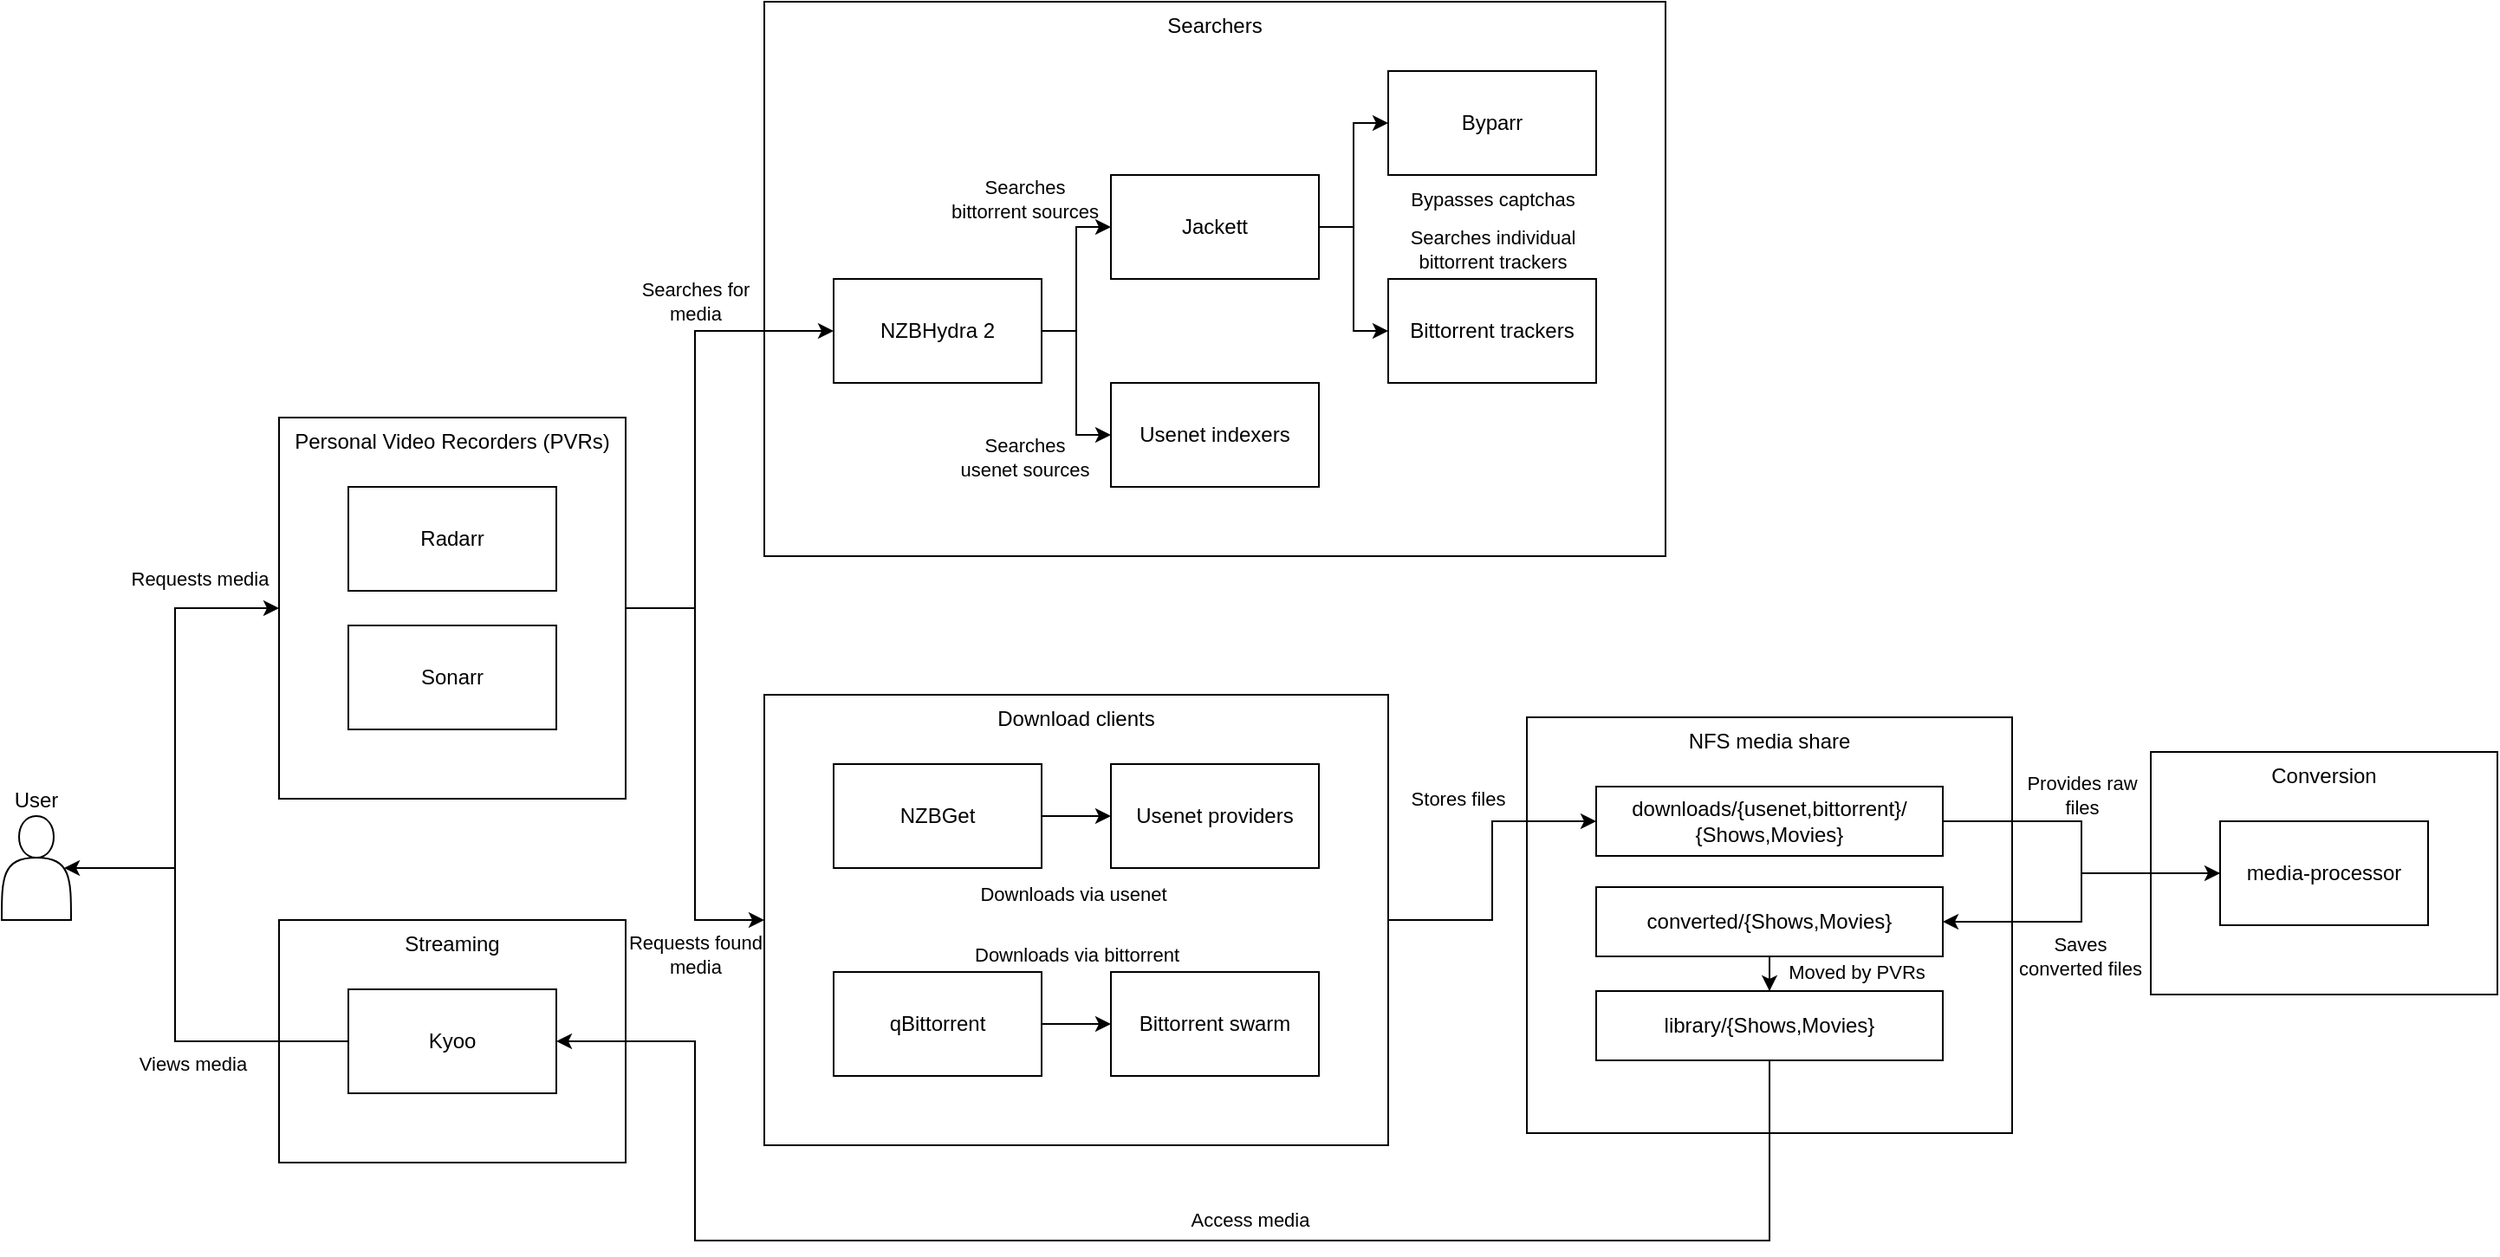
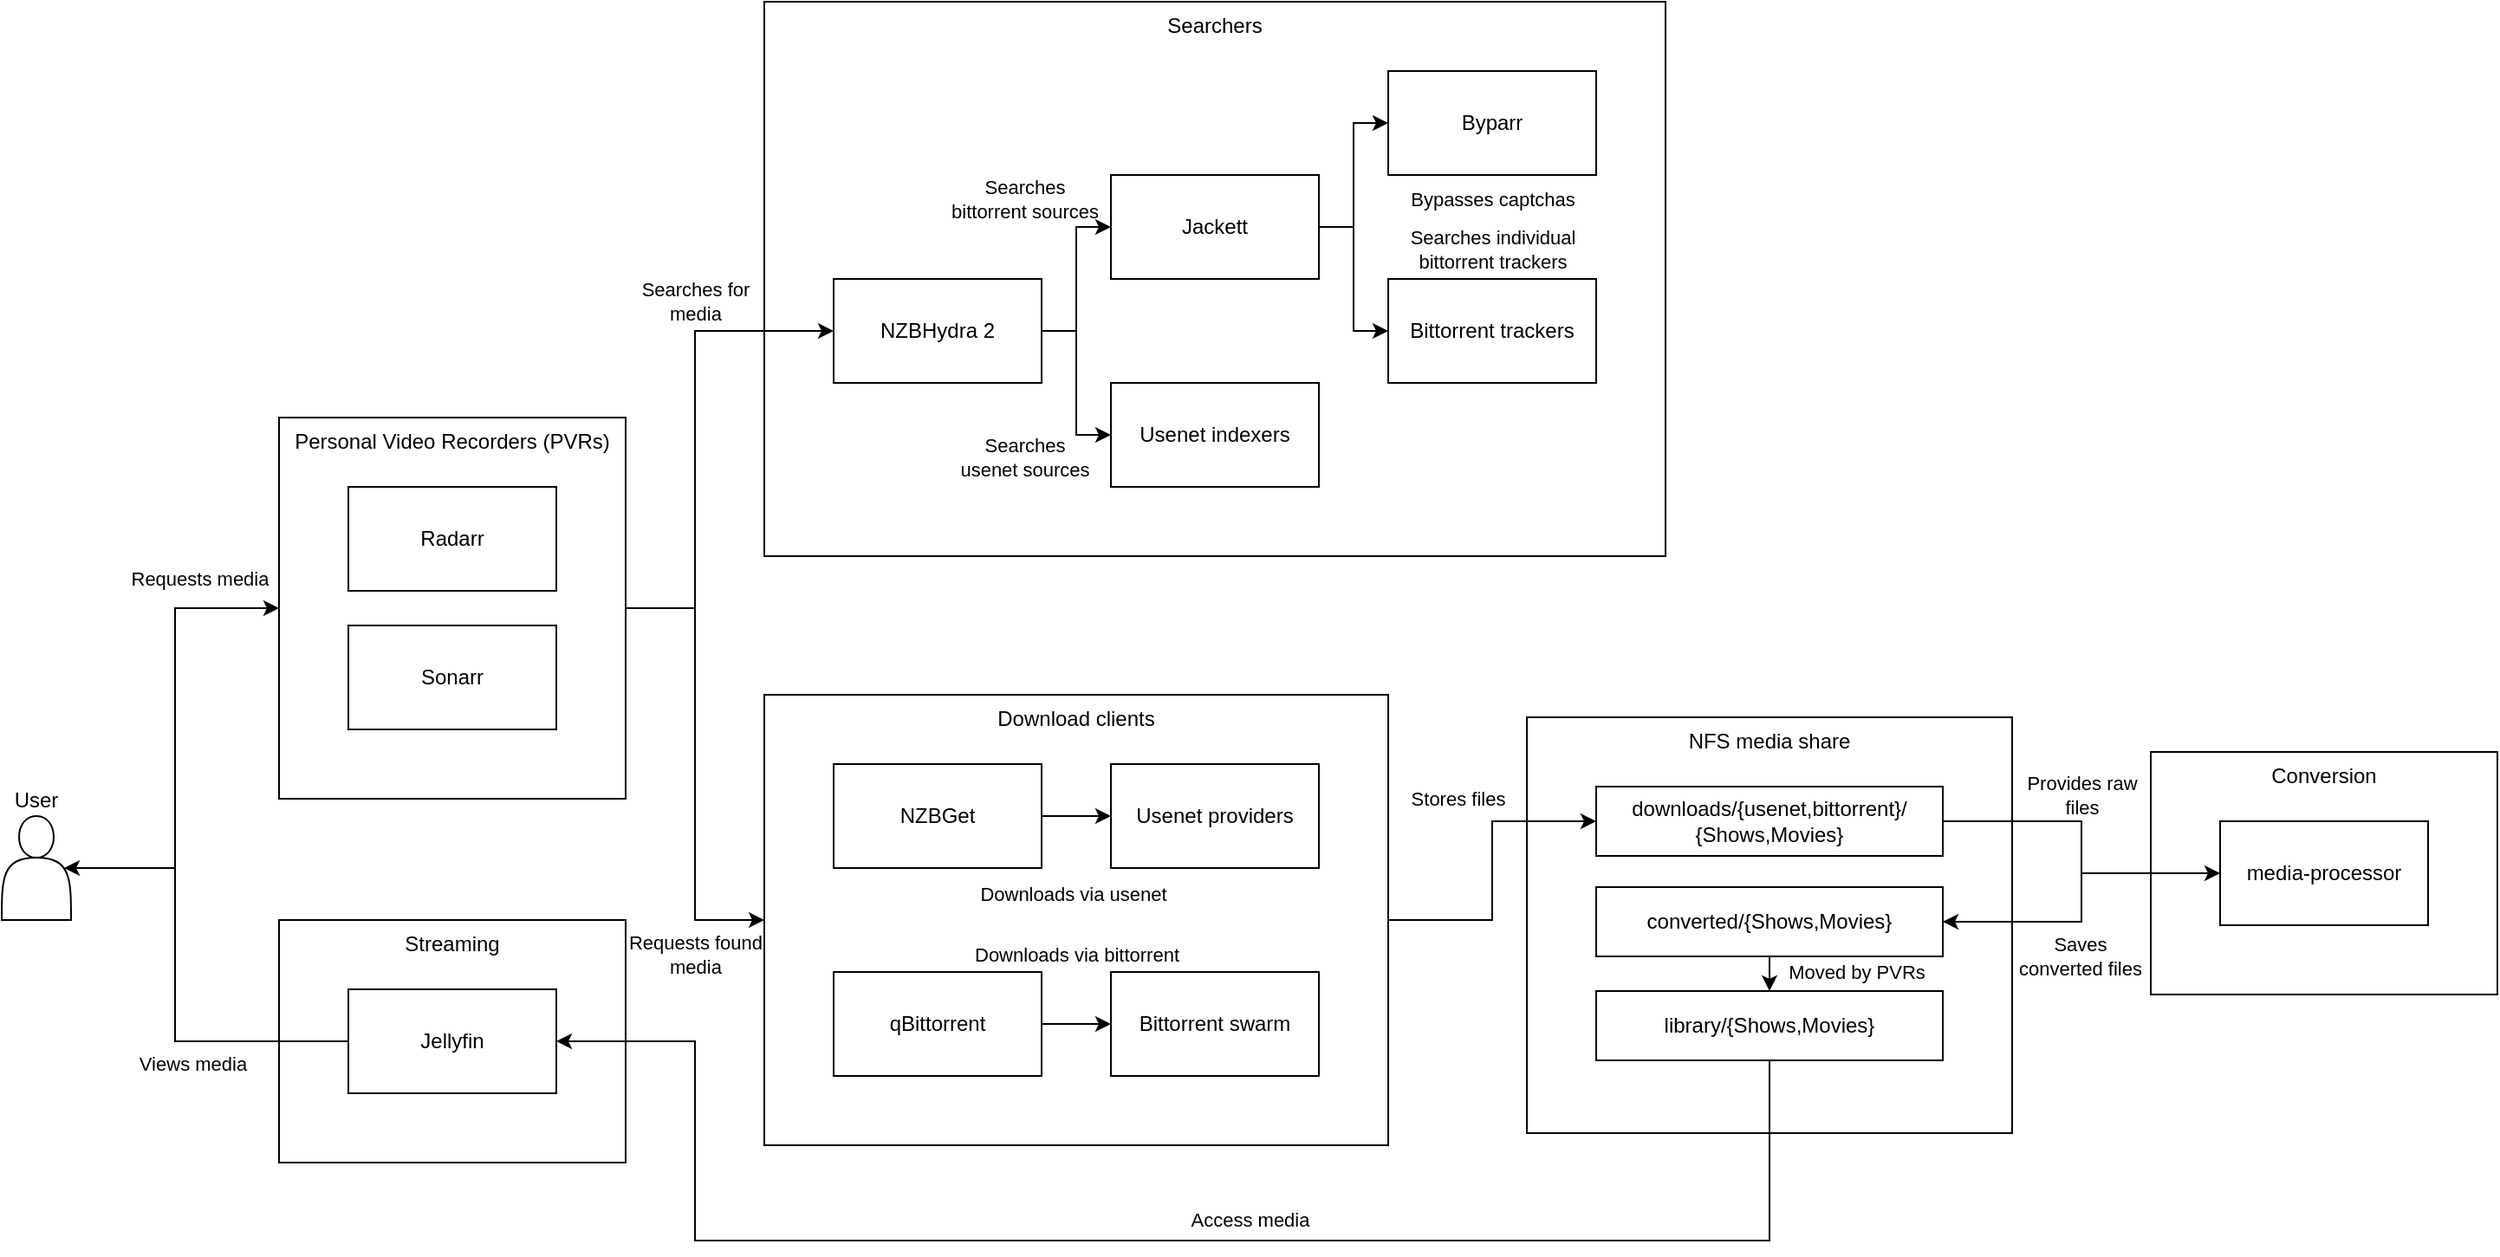
<mxfile host="65bd71144e">
    <diagram name="Page-1" id="EWfsynt5u26HaWkAX_E6">
        <mxGraphModel dx="1726" dy="1566" grid="1" gridSize="10" guides="1" tooltips="1" connect="1" arrows="1" fold="1" page="1" pageScale="1" pageWidth="850" pageHeight="1100" math="0" shadow="0">
            <root>
                <mxCell id="0"/>
                <mxCell id="1" parent="0"/>
                <mxCell id="z-kSLE8TpKN3BLT9GZ2z-6" style="edgeStyle=orthogonalEdgeStyle;rounded=0;orthogonalLoop=1;jettySize=auto;html=1;entryX=0;entryY=0.5;entryDx=0;entryDy=0;labelBackgroundColor=none;" parent="1" source="z-kSLE8TpKN3BLT9GZ2z-1" target="z-kSLE8TpKN3BLT9GZ2z-2" edge="1">
                    <mxGeometry relative="1" as="geometry"/>
                </mxCell>
                <mxCell id="z-kSLE8TpKN3BLT9GZ2z-54" value="Requests media" style="edgeLabel;html=1;align=center;verticalAlign=middle;resizable=0;points=[];labelBackgroundColor=none;" parent="z-kSLE8TpKN3BLT9GZ2z-6" vertex="1" connectable="0">
                    <mxGeometry x="0.6568" y="2" relative="1" as="geometry">
                        <mxPoint y="-15" as="offset"/>
                    </mxGeometry>
                </mxCell>
                <mxCell id="z-kSLE8TpKN3BLT9GZ2z-1" value="User" style="shape=actor;whiteSpace=wrap;html=1;verticalAlign=bottom;labelPosition=center;verticalLabelPosition=top;align=center;labelBackgroundColor=none;fillColor=none;" parent="1" vertex="1">
                    <mxGeometry x="130" y="-438" width="40" height="60" as="geometry"/>
                </mxCell>
                <mxCell id="z-kSLE8TpKN3BLT9GZ2z-19" value="" style="group;labelBackgroundColor=none;" parent="1" vertex="1" connectable="0">
                    <mxGeometry x="570" y="-908" width="520" height="320" as="geometry"/>
                </mxCell>
                <mxCell id="z-kSLE8TpKN3BLT9GZ2z-3" value="Searchers" style="rounded=0;whiteSpace=wrap;html=1;verticalAlign=top;fillColor=none;labelBackgroundColor=none;" parent="z-kSLE8TpKN3BLT9GZ2z-19" vertex="1">
                    <mxGeometry width="520" height="320" as="geometry"/>
                </mxCell>
                <mxCell id="z-kSLE8TpKN3BLT9GZ2z-15" style="edgeStyle=orthogonalEdgeStyle;rounded=0;orthogonalLoop=1;jettySize=auto;html=1;entryX=0;entryY=0.5;entryDx=0;entryDy=0;labelBackgroundColor=none;" parent="z-kSLE8TpKN3BLT9GZ2z-19" source="z-kSLE8TpKN3BLT9GZ2z-10" target="z-kSLE8TpKN3BLT9GZ2z-11" edge="1">
                    <mxGeometry relative="1" as="geometry"/>
                </mxCell>
                <mxCell id="z-kSLE8TpKN3BLT9GZ2z-58" value="Searches &lt;br&gt;bittorrent sources" style="edgeLabel;html=1;align=center;verticalAlign=middle;resizable=0;points=[];labelBackgroundColor=none;" parent="z-kSLE8TpKN3BLT9GZ2z-15" vertex="1" connectable="0">
                    <mxGeometry x="0.0301" y="-1" relative="1" as="geometry">
                        <mxPoint x="-31" y="-45" as="offset"/>
                    </mxGeometry>
                </mxCell>
                <mxCell id="z-kSLE8TpKN3BLT9GZ2z-16" style="edgeStyle=orthogonalEdgeStyle;rounded=0;orthogonalLoop=1;jettySize=auto;html=1;entryX=0;entryY=0.5;entryDx=0;entryDy=0;labelBackgroundColor=none;" parent="z-kSLE8TpKN3BLT9GZ2z-19" source="z-kSLE8TpKN3BLT9GZ2z-10" target="z-kSLE8TpKN3BLT9GZ2z-12" edge="1">
                    <mxGeometry relative="1" as="geometry"/>
                </mxCell>
                <mxCell id="z-kSLE8TpKN3BLT9GZ2z-59" value="Searches&lt;br&gt;usenet sources" style="edgeLabel;html=1;align=center;verticalAlign=middle;resizable=0;points=[];labelBackgroundColor=none;" parent="z-kSLE8TpKN3BLT9GZ2z-16" vertex="1" connectable="0">
                    <mxGeometry x="0.3437" y="2" relative="1" as="geometry">
                        <mxPoint x="-32" y="26" as="offset"/>
                    </mxGeometry>
                </mxCell>
                <mxCell id="z-kSLE8TpKN3BLT9GZ2z-10" value="NZBHydra 2" style="rounded=0;whiteSpace=wrap;html=1;labelBackgroundColor=none;fillColor=none;" parent="z-kSLE8TpKN3BLT9GZ2z-19" vertex="1">
                    <mxGeometry x="40" y="160" width="120" height="60" as="geometry"/>
                </mxCell>
                <mxCell id="z-kSLE8TpKN3BLT9GZ2z-17" style="edgeStyle=orthogonalEdgeStyle;rounded=0;orthogonalLoop=1;jettySize=auto;html=1;entryX=0;entryY=0.5;entryDx=0;entryDy=0;labelBackgroundColor=none;" parent="z-kSLE8TpKN3BLT9GZ2z-19" source="z-kSLE8TpKN3BLT9GZ2z-11" target="z-kSLE8TpKN3BLT9GZ2z-14" edge="1">
                    <mxGeometry relative="1" as="geometry"/>
                </mxCell>
                <mxCell id="z-kSLE8TpKN3BLT9GZ2z-61" value="Bypasses captchas" style="edgeLabel;html=1;align=center;verticalAlign=middle;resizable=0;points=[];labelBackgroundColor=none;" parent="z-kSLE8TpKN3BLT9GZ2z-17" vertex="1" connectable="0">
                    <mxGeometry x="0.1129" y="-1" relative="1" as="geometry">
                        <mxPoint x="79" y="19" as="offset"/>
                    </mxGeometry>
                </mxCell>
                <mxCell id="z-kSLE8TpKN3BLT9GZ2z-18" style="edgeStyle=orthogonalEdgeStyle;rounded=0;orthogonalLoop=1;jettySize=auto;html=1;entryX=0;entryY=0.5;entryDx=0;entryDy=0;labelBackgroundColor=none;" parent="z-kSLE8TpKN3BLT9GZ2z-19" source="z-kSLE8TpKN3BLT9GZ2z-11" target="z-kSLE8TpKN3BLT9GZ2z-13" edge="1">
                    <mxGeometry relative="1" as="geometry"/>
                </mxCell>
                <mxCell id="z-kSLE8TpKN3BLT9GZ2z-60" value="Searches individual&lt;br&gt;bittorrent trackers" style="edgeLabel;html=1;align=center;verticalAlign=middle;resizable=0;points=[];labelBackgroundColor=none;" parent="z-kSLE8TpKN3BLT9GZ2z-18" vertex="1" connectable="0">
                    <mxGeometry x="-0.2632" y="-2" relative="1" as="geometry">
                        <mxPoint x="82" y="-4" as="offset"/>
                    </mxGeometry>
                </mxCell>
                <mxCell id="z-kSLE8TpKN3BLT9GZ2z-11" value="Jackett" style="rounded=0;whiteSpace=wrap;html=1;labelBackgroundColor=none;fillColor=none;" parent="z-kSLE8TpKN3BLT9GZ2z-19" vertex="1">
                    <mxGeometry x="200" y="100" width="120" height="60" as="geometry"/>
                </mxCell>
                <mxCell id="z-kSLE8TpKN3BLT9GZ2z-12" value="Usenet indexers" style="rounded=0;whiteSpace=wrap;html=1;labelBackgroundColor=none;fillColor=none;" parent="z-kSLE8TpKN3BLT9GZ2z-19" vertex="1">
                    <mxGeometry x="200" y="220" width="120" height="60" as="geometry"/>
                </mxCell>
                <mxCell id="z-kSLE8TpKN3BLT9GZ2z-13" value="Bittorrent trackers" style="rounded=0;whiteSpace=wrap;html=1;labelBackgroundColor=none;fillColor=none;" parent="z-kSLE8TpKN3BLT9GZ2z-19" vertex="1">
                    <mxGeometry x="360" y="160" width="120" height="60" as="geometry"/>
                </mxCell>
                <mxCell id="z-kSLE8TpKN3BLT9GZ2z-14" value="Byparr" style="rounded=0;whiteSpace=wrap;html=1;labelBackgroundColor=none;fillColor=none;" parent="z-kSLE8TpKN3BLT9GZ2z-19" vertex="1">
                    <mxGeometry x="360" y="40" width="120" height="60" as="geometry"/>
                </mxCell>
                <mxCell id="z-kSLE8TpKN3BLT9GZ2z-27" value="" style="group;labelBackgroundColor=none;" parent="1" vertex="1" connectable="0">
                    <mxGeometry x="570" y="-508" width="360" height="260" as="geometry"/>
                </mxCell>
                <mxCell id="z-kSLE8TpKN3BLT9GZ2z-4" value="Download clients" style="rounded=0;whiteSpace=wrap;html=1;verticalAlign=top;fillColor=none;labelBackgroundColor=none;" parent="z-kSLE8TpKN3BLT9GZ2z-27" vertex="1">
                    <mxGeometry width="360" height="260" as="geometry"/>
                </mxCell>
                <mxCell id="z-kSLE8TpKN3BLT9GZ2z-24" value="" style="edgeStyle=orthogonalEdgeStyle;rounded=0;orthogonalLoop=1;jettySize=auto;html=1;labelBackgroundColor=none;" parent="z-kSLE8TpKN3BLT9GZ2z-27" source="z-kSLE8TpKN3BLT9GZ2z-20" target="z-kSLE8TpKN3BLT9GZ2z-23" edge="1">
                    <mxGeometry relative="1" as="geometry"/>
                </mxCell>
                <mxCell id="z-kSLE8TpKN3BLT9GZ2z-62" value="Downloads via usenet" style="edgeLabel;html=1;align=center;verticalAlign=middle;resizable=0;points=[];labelBackgroundColor=none;" parent="z-kSLE8TpKN3BLT9GZ2z-24" vertex="1" connectable="0">
                    <mxGeometry x="-0.0983" y="-1" relative="1" as="geometry">
                        <mxPoint y="44" as="offset"/>
                    </mxGeometry>
                </mxCell>
                <mxCell id="z-kSLE8TpKN3BLT9GZ2z-20" value="NZBGet" style="rounded=0;whiteSpace=wrap;html=1;labelBackgroundColor=none;fillColor=none;" parent="z-kSLE8TpKN3BLT9GZ2z-27" vertex="1">
                    <mxGeometry x="40" y="40" width="120" height="60" as="geometry"/>
                </mxCell>
                <mxCell id="z-kSLE8TpKN3BLT9GZ2z-25" value="" style="edgeStyle=orthogonalEdgeStyle;rounded=0;orthogonalLoop=1;jettySize=auto;html=1;labelBackgroundColor=none;" parent="z-kSLE8TpKN3BLT9GZ2z-27" source="z-kSLE8TpKN3BLT9GZ2z-21" target="z-kSLE8TpKN3BLT9GZ2z-22" edge="1">
                    <mxGeometry relative="1" as="geometry"/>
                </mxCell>
                <mxCell id="z-kSLE8TpKN3BLT9GZ2z-63" value="Downloads via bittorrent" style="edgeLabel;html=1;align=center;verticalAlign=middle;resizable=0;points=[];labelBackgroundColor=none;" parent="z-kSLE8TpKN3BLT9GZ2z-25" vertex="1" connectable="0">
                    <mxGeometry x="-0.5121" y="-1" relative="1" as="geometry">
                        <mxPoint x="10" y="-41" as="offset"/>
                    </mxGeometry>
                </mxCell>
                <mxCell id="z-kSLE8TpKN3BLT9GZ2z-21" value="qBittorrent" style="rounded=0;whiteSpace=wrap;html=1;labelBackgroundColor=none;fillColor=none;" parent="z-kSLE8TpKN3BLT9GZ2z-27" vertex="1">
                    <mxGeometry x="40" y="160" width="120" height="60" as="geometry"/>
                </mxCell>
                <mxCell id="z-kSLE8TpKN3BLT9GZ2z-22" value="Bittorrent swarm" style="rounded=0;whiteSpace=wrap;html=1;labelBackgroundColor=none;fillColor=none;" parent="z-kSLE8TpKN3BLT9GZ2z-27" vertex="1">
                    <mxGeometry x="200" y="160" width="120" height="60" as="geometry"/>
                </mxCell>
                <mxCell id="z-kSLE8TpKN3BLT9GZ2z-23" value="Usenet providers" style="rounded=0;whiteSpace=wrap;html=1;labelBackgroundColor=none;fillColor=none;" parent="z-kSLE8TpKN3BLT9GZ2z-27" vertex="1">
                    <mxGeometry x="200" y="40" width="120" height="60" as="geometry"/>
                </mxCell>
                <mxCell id="z-kSLE8TpKN3BLT9GZ2z-39" value="" style="group;labelBackgroundColor=none;" parent="1" vertex="1" connectable="0">
                    <mxGeometry x="1370" y="-475" width="200" height="140" as="geometry"/>
                </mxCell>
                <mxCell id="z-kSLE8TpKN3BLT9GZ2z-37" value="Conversion" style="rounded=0;whiteSpace=wrap;html=1;verticalAlign=top;fillColor=none;labelBackgroundColor=none;" parent="z-kSLE8TpKN3BLT9GZ2z-39" vertex="1">
                    <mxGeometry width="200" height="140" as="geometry"/>
                </mxCell>
                <mxCell id="z-kSLE8TpKN3BLT9GZ2z-38" value="media-processor" style="rounded=0;whiteSpace=wrap;html=1;labelBackgroundColor=none;fillColor=none;" parent="z-kSLE8TpKN3BLT9GZ2z-39" vertex="1">
                    <mxGeometry x="40" y="40" width="120" height="60" as="geometry"/>
                </mxCell>
                <mxCell id="z-kSLE8TpKN3BLT9GZ2z-42" value="" style="group;labelBackgroundColor=none;" parent="1" vertex="1" connectable="0">
                    <mxGeometry x="1010" y="-495" width="280" height="290" as="geometry"/>
                </mxCell>
                <mxCell id="z-kSLE8TpKN3BLT9GZ2z-28" value="NFS media share" style="rounded=0;whiteSpace=wrap;html=1;verticalAlign=top;fillColor=none;labelBackgroundColor=none;" parent="z-kSLE8TpKN3BLT9GZ2z-42" vertex="1">
                    <mxGeometry width="280" height="240" as="geometry"/>
                </mxCell>
                <mxCell id="z-kSLE8TpKN3BLT9GZ2z-29" value="downloads/{usenet,bittorrent}/&lt;div&gt;{Shows,Movies}&lt;/div&gt;" style="rounded=0;whiteSpace=wrap;html=1;labelBackgroundColor=none;fillColor=none;" parent="z-kSLE8TpKN3BLT9GZ2z-42" vertex="1">
                    <mxGeometry x="40" y="40" width="200" height="40" as="geometry"/>
                </mxCell>
                <mxCell id="z-kSLE8TpKN3BLT9GZ2z-70" style="edgeStyle=orthogonalEdgeStyle;rounded=0;orthogonalLoop=1;jettySize=auto;html=1;entryX=0.5;entryY=0;entryDx=0;entryDy=0;" parent="z-kSLE8TpKN3BLT9GZ2z-42" source="z-kSLE8TpKN3BLT9GZ2z-31" target="z-kSLE8TpKN3BLT9GZ2z-32" edge="1">
                    <mxGeometry relative="1" as="geometry"/>
                </mxCell>
                <mxCell id="z-kSLE8TpKN3BLT9GZ2z-73" value="Moved by PVRs" style="edgeLabel;html=1;align=center;verticalAlign=middle;resizable=0;points=[];" parent="z-kSLE8TpKN3BLT9GZ2z-70" vertex="1" connectable="0">
                    <mxGeometry x="-0.0283" relative="1" as="geometry">
                        <mxPoint x="50" y="-2" as="offset"/>
                    </mxGeometry>
                </mxCell>
                <mxCell id="z-kSLE8TpKN3BLT9GZ2z-31" value="converted/{Shows,Movies}" style="rounded=0;whiteSpace=wrap;html=1;labelBackgroundColor=none;fillColor=none;" parent="z-kSLE8TpKN3BLT9GZ2z-42" vertex="1">
                    <mxGeometry x="40" y="98" width="200" height="40" as="geometry"/>
                </mxCell>
                <mxCell id="z-kSLE8TpKN3BLT9GZ2z-32" value="library/{Shows,Movies}" style="rounded=0;whiteSpace=wrap;html=1;labelBackgroundColor=none;fillColor=none;" parent="z-kSLE8TpKN3BLT9GZ2z-42" vertex="1">
                    <mxGeometry x="40" y="158" width="200" height="40" as="geometry"/>
                </mxCell>
                <mxCell id="z-kSLE8TpKN3BLT9GZ2z-43" style="edgeStyle=orthogonalEdgeStyle;rounded=0;orthogonalLoop=1;jettySize=auto;html=1;entryX=0;entryY=0.5;entryDx=0;entryDy=0;labelBackgroundColor=none;exitX=1;exitY=0.5;exitDx=0;exitDy=0;" parent="1" source="z-kSLE8TpKN3BLT9GZ2z-29" target="z-kSLE8TpKN3BLT9GZ2z-38" edge="1">
                    <mxGeometry relative="1" as="geometry">
                        <mxPoint x="1250" y="-318" as="sourcePoint"/>
                    </mxGeometry>
                </mxCell>
                <mxCell id="z-kSLE8TpKN3BLT9GZ2z-66" value="Provides raw&lt;br&gt;files" style="edgeLabel;html=1;align=center;verticalAlign=middle;resizable=0;points=[];labelBackgroundColor=none;" parent="z-kSLE8TpKN3BLT9GZ2z-43" vertex="1" connectable="0">
                    <mxGeometry x="-0.3359" y="-2" relative="1" as="geometry">
                        <mxPoint x="17" y="-17" as="offset"/>
                    </mxGeometry>
                </mxCell>
                <mxCell id="z-kSLE8TpKN3BLT9GZ2z-44" style="edgeStyle=orthogonalEdgeStyle;rounded=0;orthogonalLoop=1;jettySize=auto;html=1;entryX=1;entryY=0.5;entryDx=0;entryDy=0;labelBackgroundColor=none;" parent="1" source="z-kSLE8TpKN3BLT9GZ2z-38" target="z-kSLE8TpKN3BLT9GZ2z-31" edge="1">
                    <mxGeometry relative="1" as="geometry"/>
                </mxCell>
                <mxCell id="z-kSLE8TpKN3BLT9GZ2z-67" value="Saves&lt;br&gt;converted files" style="edgeLabel;html=1;align=center;verticalAlign=middle;resizable=0;points=[];labelBackgroundColor=none;" parent="z-kSLE8TpKN3BLT9GZ2z-44" vertex="1" connectable="0">
                    <mxGeometry x="0.2996" y="3" relative="1" as="geometry">
                        <mxPoint x="13" y="17" as="offset"/>
                    </mxGeometry>
                </mxCell>
                <mxCell id="z-kSLE8TpKN3BLT9GZ2z-45" style="edgeStyle=orthogonalEdgeStyle;rounded=0;orthogonalLoop=1;jettySize=auto;html=1;exitX=1;exitY=0.5;exitDx=0;exitDy=0;entryX=0;entryY=0.5;entryDx=0;entryDy=0;labelBackgroundColor=none;" parent="1" source="z-kSLE8TpKN3BLT9GZ2z-4" target="z-kSLE8TpKN3BLT9GZ2z-29" edge="1">
                    <mxGeometry relative="1" as="geometry"/>
                </mxCell>
                <mxCell id="z-kSLE8TpKN3BLT9GZ2z-64" value="Stores files" style="edgeLabel;html=1;align=center;verticalAlign=middle;resizable=0;points=[];labelBackgroundColor=none;" parent="z-kSLE8TpKN3BLT9GZ2z-45" vertex="1" connectable="0">
                    <mxGeometry x="-0.1975" y="-1" relative="1" as="geometry">
                        <mxPoint x="-21" y="-59" as="offset"/>
                    </mxGeometry>
                </mxCell>
                <mxCell id="z-kSLE8TpKN3BLT9GZ2z-47" value="" style="group;labelBackgroundColor=none;" parent="1" vertex="1" connectable="0">
                    <mxGeometry x="290" y="-378" width="200" height="140" as="geometry"/>
                </mxCell>
                <mxCell id="z-kSLE8TpKN3BLT9GZ2z-5" value="Streaming" style="rounded=0;whiteSpace=wrap;html=1;verticalAlign=top;fillColor=none;labelBackgroundColor=none;" parent="z-kSLE8TpKN3BLT9GZ2z-47" vertex="1">
                    <mxGeometry width="200" height="140" as="geometry"/>
                </mxCell>
-                 <mxCell id="z-kSLE8TpKN3BLT9GZ2z-46" value="Kyoo" style="rounded=0;whiteSpace=wrap;html=1;labelBackgroundColor=none;fillColor=none;" parent="z-kSLE8TpKN3BLT9GZ2z-47" vertex="1">
+                 <mxCell id="z-kSLE8TpKN3BLT9GZ2z-46" value="Jellyfin" style="rounded=0;whiteSpace=wrap;html=1;labelBackgroundColor=none;fillColor=none;" parent="z-kSLE8TpKN3BLT9GZ2z-47" vertex="1">
                    <mxGeometry x="40" y="40" width="120" height="60" as="geometry"/>
                </mxCell>
                <mxCell id="z-kSLE8TpKN3BLT9GZ2z-48" value="" style="group;labelBackgroundColor=none;" parent="1" vertex="1" connectable="0">
                    <mxGeometry x="290" y="-668" width="200" height="220" as="geometry"/>
                </mxCell>
                <mxCell id="z-kSLE8TpKN3BLT9GZ2z-2" value="Personal Video Recorders (PVRs)" style="rounded=0;whiteSpace=wrap;html=1;verticalAlign=top;fillColor=none;labelBackgroundColor=none;" parent="z-kSLE8TpKN3BLT9GZ2z-48" vertex="1">
                    <mxGeometry width="200" height="220" as="geometry"/>
                </mxCell>
                <mxCell id="z-kSLE8TpKN3BLT9GZ2z-8" value="Radarr" style="rounded=0;whiteSpace=wrap;html=1;labelBackgroundColor=none;fillColor=none;" parent="z-kSLE8TpKN3BLT9GZ2z-48" vertex="1">
                    <mxGeometry x="40" y="40" width="120" height="60" as="geometry"/>
                </mxCell>
                <mxCell id="z-kSLE8TpKN3BLT9GZ2z-9" value="Sonarr" style="rounded=0;whiteSpace=wrap;html=1;labelBackgroundColor=none;fillColor=none;" parent="z-kSLE8TpKN3BLT9GZ2z-48" vertex="1">
                    <mxGeometry x="40" y="120" width="120" height="60" as="geometry"/>
                </mxCell>
                <mxCell id="z-kSLE8TpKN3BLT9GZ2z-50" style="edgeStyle=orthogonalEdgeStyle;rounded=0;orthogonalLoop=1;jettySize=auto;html=1;entryX=0;entryY=0.5;entryDx=0;entryDy=0;labelBackgroundColor=none;" parent="1" source="z-kSLE8TpKN3BLT9GZ2z-2" target="z-kSLE8TpKN3BLT9GZ2z-10" edge="1">
                    <mxGeometry relative="1" as="geometry">
                        <Array as="points">
                            <mxPoint x="530" y="-558"/>
                            <mxPoint x="530" y="-718"/>
                        </Array>
                    </mxGeometry>
                </mxCell>
                <mxCell id="z-kSLE8TpKN3BLT9GZ2z-57" value="Searches for&lt;br&gt;media" style="edgeLabel;html=1;align=center;verticalAlign=middle;resizable=0;points=[];labelBackgroundColor=none;" parent="z-kSLE8TpKN3BLT9GZ2z-50" vertex="1" connectable="0">
                    <mxGeometry x="0.2925" y="3" relative="1" as="geometry">
                        <mxPoint x="3" y="-36" as="offset"/>
                    </mxGeometry>
                </mxCell>
                <mxCell id="z-kSLE8TpKN3BLT9GZ2z-51" style="edgeStyle=orthogonalEdgeStyle;rounded=0;orthogonalLoop=1;jettySize=auto;html=1;entryX=0;entryY=0.5;entryDx=0;entryDy=0;labelBackgroundColor=none;" parent="1" source="z-kSLE8TpKN3BLT9GZ2z-2" target="z-kSLE8TpKN3BLT9GZ2z-4" edge="1">
                    <mxGeometry relative="1" as="geometry"/>
                </mxCell>
                <mxCell id="z-kSLE8TpKN3BLT9GZ2z-65" value="Requests found&lt;br&gt;media" style="edgeLabel;html=1;align=center;verticalAlign=middle;resizable=0;points=[];labelBackgroundColor=none;" parent="z-kSLE8TpKN3BLT9GZ2z-51" vertex="1" connectable="0">
                    <mxGeometry x="-0.3417" y="-1" relative="1" as="geometry">
                        <mxPoint x="1" y="154" as="offset"/>
                    </mxGeometry>
                </mxCell>
                <mxCell id="z-kSLE8TpKN3BLT9GZ2z-52" style="edgeStyle=orthogonalEdgeStyle;rounded=0;orthogonalLoop=1;jettySize=auto;html=1;exitX=0;exitY=0.5;exitDx=0;exitDy=0;entryX=0.9;entryY=0.5;entryDx=0;entryDy=0;entryPerimeter=0;labelBackgroundColor=none;" parent="1" source="z-kSLE8TpKN3BLT9GZ2z-46" target="z-kSLE8TpKN3BLT9GZ2z-1" edge="1">
                    <mxGeometry relative="1" as="geometry">
                        <Array as="points">
                            <mxPoint x="230" y="-308"/>
                            <mxPoint x="230" y="-408"/>
                        </Array>
                    </mxGeometry>
                </mxCell>
                <mxCell id="z-kSLE8TpKN3BLT9GZ2z-55" value="Views media" style="edgeLabel;html=1;align=center;verticalAlign=middle;resizable=0;points=[];labelBackgroundColor=none;" parent="z-kSLE8TpKN3BLT9GZ2z-52" vertex="1" connectable="0">
                    <mxGeometry x="-0.4505" y="-2" relative="1" as="geometry">
                        <mxPoint x="-18" y="15" as="offset"/>
                    </mxGeometry>
                </mxCell>
                <mxCell id="z-kSLE8TpKN3BLT9GZ2z-53" style="edgeStyle=orthogonalEdgeStyle;rounded=0;orthogonalLoop=1;jettySize=auto;html=1;exitX=0.5;exitY=1;exitDx=0;exitDy=0;entryX=1;entryY=0.5;entryDx=0;entryDy=0;labelBackgroundColor=none;" parent="1" source="z-kSLE8TpKN3BLT9GZ2z-32" target="z-kSLE8TpKN3BLT9GZ2z-46" edge="1">
                    <mxGeometry relative="1" as="geometry">
                        <Array as="points">
                            <mxPoint x="1150" y="-193"/>
                            <mxPoint x="530" y="-193"/>
                            <mxPoint x="530" y="-308"/>
                        </Array>
                    </mxGeometry>
                </mxCell>
                <mxCell id="z-kSLE8TpKN3BLT9GZ2z-56" value="Access media" style="edgeLabel;html=1;align=center;verticalAlign=middle;resizable=0;points=[];labelBackgroundColor=none;" parent="z-kSLE8TpKN3BLT9GZ2z-53" vertex="1" connectable="0">
                    <mxGeometry x="-0.0693" relative="1" as="geometry">
                        <mxPoint x="23" y="-12" as="offset"/>
                    </mxGeometry>
                </mxCell>
            </root>
        </mxGraphModel>
    </diagram>
</mxfile>